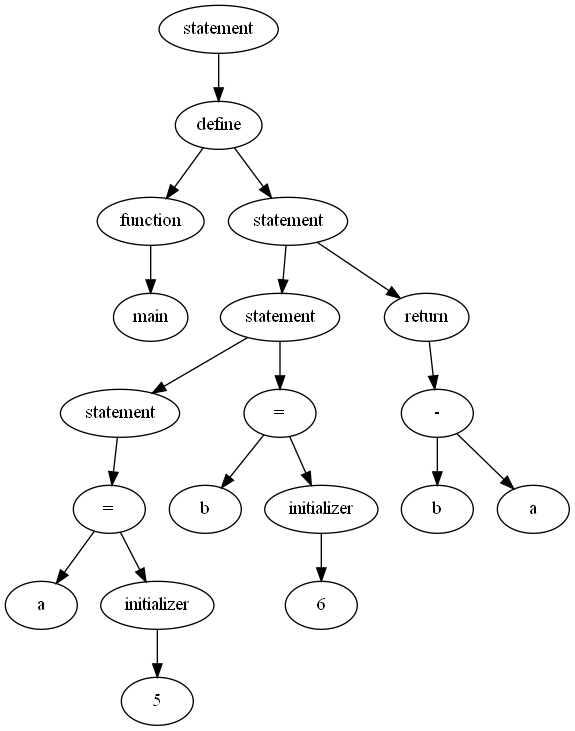
Before: russkie_alga!/parse.png, a diagram exported from Graphviz (matmuher/flip-flop). Its source is kept beside it as russkie_alga!/parse.dot.
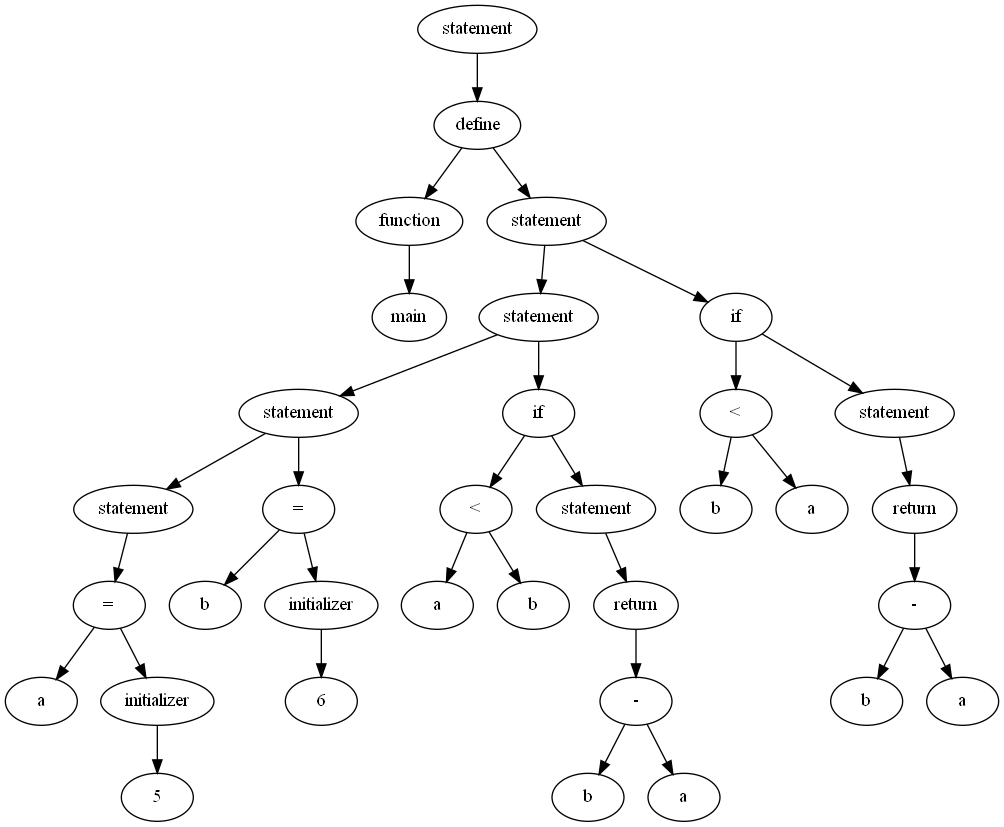
Later version of the same file.

Diff of the diagram source:
```diff
@@ -1,39 +1,69 @@
 digraph G {
-A00BC2470 [label = "statement"];
-A00BC2470 -> A00BC6688;
-A00BC6688 [label = "define"];
-A00BC6688 -> A00BC6670;
-A00BC6688 -> A00BC04C0;
-A00BC6670 [label = "function"];
-A00BC6670 -> A00BC24A0;
-A00BC24A0 [label = "main"];
-A00BC04C0 [label = "statement"];
-A00BC04C0 -> A00BC3620;
-A00BC04C0 -> A00BC6730;
-A00BC3620 [label = "statement"];
-A00BC3620 -> A00BC24C8;
-A00BC3620 -> A00BC36D0;
-A00BC24C8 [label = "statement"];
-A00BC24C8 -> A00BC35F8;
-A00BC35F8 [label = "="];
-A00BC35F8 -> A00BC24F8;
-A00BC35F8 -> A00BC35C8;
-A00BC24F8 [label = "a"];
-A00BC35C8 [label = "initializer"];
-A00BC35C8 -> A00BC2520;
-A00BC2520 [label = "5"];
-A00BC36D0 [label = "="];
-A00BC36D0 -> A00BC3650;
-A00BC36D0 -> A00BC36A0;
-A00BC3650 [label = "b"];
-A00BC36A0 [label = "initializer"];
-A00BC36A0 -> A00BC3678;
-A00BC3678 [label = "6"];
-A00BC6730 [label = "return"];
-A00BC6730 -> A00BC66E8;
-A00BC66E8 [label = "-"];
-A00BC66E8 -> A00BC67D8;
-A00BC66E8 -> A00BC6700;
-A00BC67D8 [label = "b"];
-A00BC6700 [label = "a"];
+A001204C0 [label = "statement"];
+A001204C0 -> A00127168;
+A00127168 [label = "define"];
+A00127168 -> A00127150;
+A00127168 -> A00126D90;
+A00127150 [label = "function"];
+A00127150 -> A001204F0;
+A001204F0 [label = "main"];
+A00126D90 [label = "statement"];
+A00126D90 -> A00126E08;
+A00126D90 -> A00127030;
+A00126E08 [label = "statement"];
+A00126E08 -> A00122860;
+A00126E08 -> A00126F40;
+A00122860 [label = "statement"];
+A00122860 -> A00120508;
+A00122860 -> A00126E50;
+A00120508 [label = "statement"];
+A00120508 -> A00120598;
+A00120598 [label = "="];
+A00120598 -> A00120538;
+A00120598 -> A00120568;
+A00120538 [label = "a"];
+A00120568 [label = "initializer"];
+A00120568 -> A00120550;
+A00120550 [label = "5"];
+A00126E50 [label = "="];
+A00126E50 -> A00122890;
+A00126E50 -> A001228C0;
+A00122890 [label = "b"];
+A001228C0 [label = "initializer"];
+A001228C0 -> A001228A8;
+A001228A8 [label = "6"];
+A00126F40 [label = "if"];
+A00126F40 -> A00126F10;
+A00126F40 -> A00126E38;
+A00126F10 [label = "<"];
+A00126F10 -> A00126DD8;
+A00126F10 -> A00126DF0;
+A00126DD8 [label = "a"];
+A00126DF0 [label = "b"];
+A00126E38 [label = "statement"];
+A00126E38 -> A00126E98;
+A00126E98 [label = "return"];
+A00126E98 -> A00126E68;
+A00126E68 [label = "-"];
+A00126E68 -> A00126F28;
+A00126E68 -> A00126EE0;
+A00126F28 [label = "b"];
+A00126EE0 [label = "a"];
+A00127030 [label = "if"];
+A00127030 -> A00126EB0;
+A00127030 -> A00126EF8;
+A00126EB0 [label = "<"];
+A00126EB0 -> A00126DA8;
+A00126EB0 -> A00126DC0;
+A00126DA8 [label = "b"];
+A00126DC0 [label = "a"];
+A00126EF8 [label = "statement"];
+A00126EF8 -> A00127138;
+A00127138 [label = "return"];
+A00127138 -> A001271C8;
+A001271C8 [label = "-"];
+A001271C8 -> A00126FE8;
+A001271C8 -> A00126FA0;
+A00126FE8 [label = "b"];
+A00126FA0 [label = "a"];
 }
```
